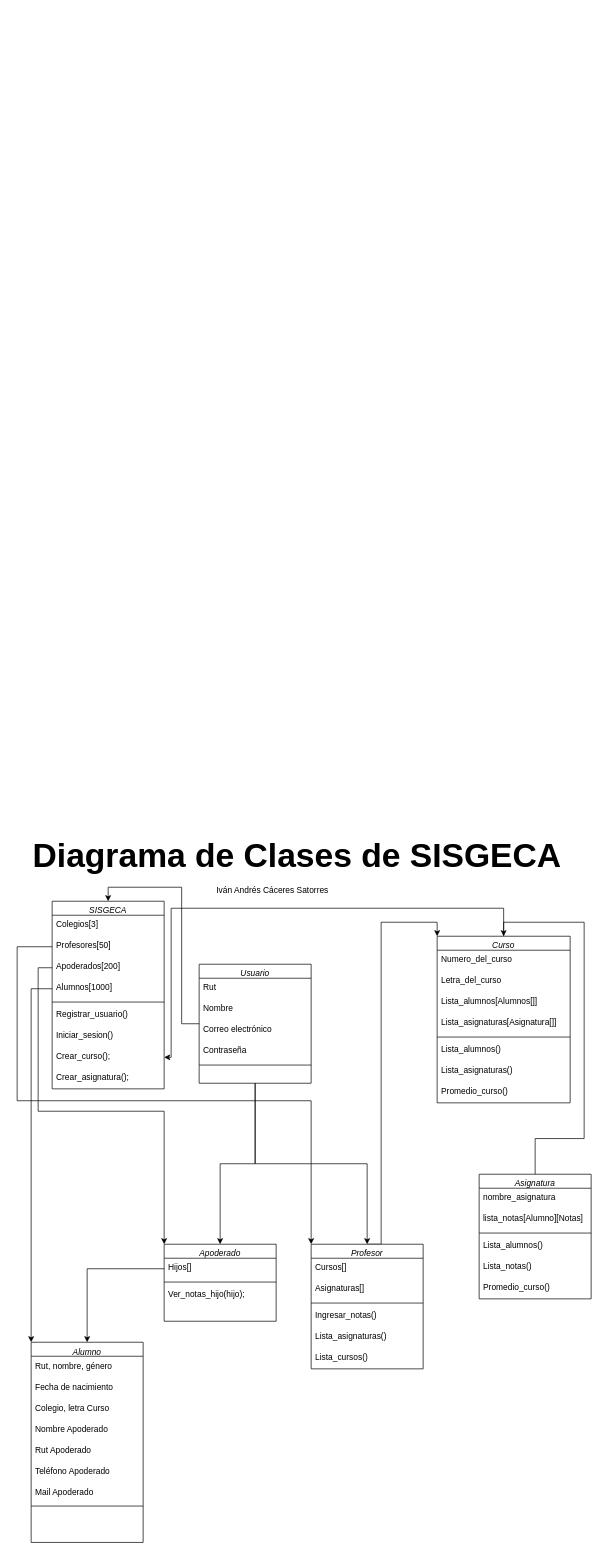
Above: Diagrama sin título.drawio in IvanCaceresS/DiagramasDeClases (draw.io), before the change. Source tidied: cells renumbered, new cells numbered last; positions are measured from the earlier drawing's top-left corner, leaving out a move shared by most shapes. Both pictures are drawn from the tidied source at 70%, with x=0, y=0 at pixel (17, 831).
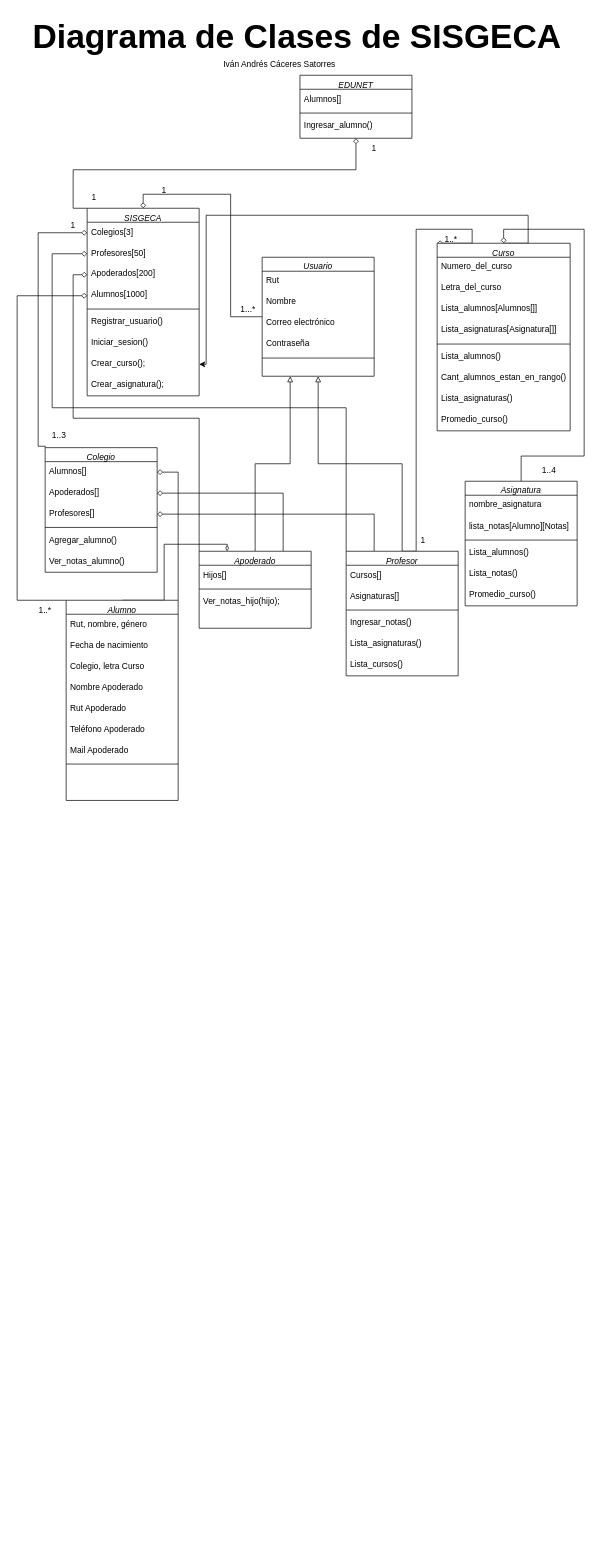
After the change.

Unchanged cells that the change refers to:
```xml
<mxCell id="23" value="Hijos[]" style="text;align=left;verticalAlign=top;spacingLeft=4;spacingRight=4;overflow=hidden;points=[[0,0.5],[1,0.5]];portConstraint=eastwest;" parent="22" vertex="1">
  <mxGeometry y="20" width="160" height="30" as="geometry" />
</mxCell>
<mxCell id="36" value="Colegios[3]" style="text;align=left;verticalAlign=top;spacingLeft=4;spacingRight=4;overflow=hidden;points=[[0,0.5],[1,0.5]];portConstraint=eastwest;" parent="35" vertex="1">
  <mxGeometry y="20" width="160" height="30" as="geometry" />
</mxCell>
<mxCell id="37" value="Profesores[50]" style="text;align=left;verticalAlign=top;spacingLeft=4;spacingRight=4;overflow=hidden;points=[[0,0.5],[1,0.5]];portConstraint=eastwest;" parent="35" vertex="1">
  <mxGeometry y="50" width="160" height="30" as="geometry" />
</mxCell>
<mxCell id="38" value="Apoderados[200]" style="text;align=left;verticalAlign=top;spacingLeft=4;spacingRight=4;overflow=hidden;points=[[0,0.5],[1,0.5]];portConstraint=eastwest;" parent="35" vertex="1">
  <mxGeometry y="80" width="160" height="30" as="geometry" />
</mxCell>
<mxCell id="39" value="Alumnos[1000]" style="text;align=left;verticalAlign=top;spacingLeft=4;spacingRight=4;overflow=hidden;points=[[0,0.5],[1,0.5]];portConstraint=eastwest;" parent="35" vertex="1">
  <mxGeometry y="110" width="160" height="30" as="geometry" />
</mxCell>
<mxCell id="43" value="Crear_curso();" style="text;align=left;verticalAlign=top;spacingLeft=4;spacingRight=4;overflow=hidden;points=[[0,0.5],[1,0.5]];portConstraint=eastwest;" parent="35" vertex="1">
  <mxGeometry y="208" width="160" height="30" as="geometry" />
</mxCell>
```

The edit, as a diff of the source:
```diff
@@
+    <mxCell id="66" style="edgeStyle=orthogonalEdgeStyle;rounded=0;jettySize=auto;html=1;exitX=0.5;exitY=0;exitDx=0;exitDy=0;entryX=0.25;entryY=0;entryDx=0;entryDy=0;endArrow=diamondThin;endFill=0;" parent="1" edge="1" source="2" target="22">
+      <mxGeometry relative="1" as="geometry">
+        <Array as="points">
+          <mxPoint x="210" y="-330" />
+          <mxPoint x="210" y="-410" />
+          <mxPoint x="300" y="-410" />
+        </Array>
+      </mxGeometry>
+    </mxCell>
+    <mxCell id="67" style="edgeStyle=orthogonalEdgeStyle;rounded=0;jettySize=auto;html=1;exitX=0;exitY=0;exitDx=0;exitDy=0;entryX=0;entryY=0.5;entryDx=0;entryDy=0;endArrow=diamond;endFill=0;" parent="1" edge="1" source="2" target="39">
+      <mxGeometry relative="1" as="geometry">
+        <Array as="points">
+          <mxPoint y="-330" />
+          <mxPoint y="-765" />
+        </Array>
+      </mxGeometry>
+    </mxCell>
+    <mxCell id="68" style="edgeStyle=orthogonalEdgeStyle;rounded=0;jettySize=auto;html=1;exitX=1;exitY=0;exitDx=0;exitDy=0;entryX=1;entryY=0.5;entryDx=0;entryDy=0;endArrow=diamond;endFill=0;" parent="1" edge="1" source="2" target="79">
+      <mxGeometry relative="1" as="geometry" />
+    </mxCell>
     <mxCell id="2" value="Alumno" style="swimlane;fontStyle=2;align=center;verticalAlign=top;horizontal=1;startSize=20;rounded=0;shadow=0;strokeWidth=1;" parent="1" vertex="1">
-      <mxGeometry x="20" y="730" width="160" height="286" as="geometry" />
+      <mxGeometry x="70" y="-330" width="160" height="286" as="geometry" />
     </mxCell>
@@
     <mxCell id="11" value="&lt;font style=&quot;font-size: 48px;&quot;&gt;&lt;b style=&quot;&quot;&gt;Diagrama de Clases de SISGECA&lt;/b&gt;&lt;/font&gt;" style="text;strokeColor=none;align=center;fillColor=none;html=1;verticalAlign=middle;whiteSpace=wrap;rounded=0;" parent="1" vertex="1">
-      <mxGeometry width="800" height="70" as="geometry" />
+      <mxGeometry y="-1170" width="800" height="70" as="geometry" />
     </mxCell>
     <mxCell id="12" value="Iván Andrés Cáceres Satorres" style="text;strokeColor=none;align=center;fillColor=none;html=1;verticalAlign=middle;whiteSpace=wrap;rounded=0;" parent="1" vertex="1">
-      <mxGeometry x="80" y="70" width="570" height="30" as="geometry" />
+      <mxGeometry x="90" y="-1110" width="570" height="30" as="geometry" />
     </mxCell>
-    <mxCell id="13" style="edgeStyle=orthogonalEdgeStyle;rounded=0;jettySize=auto;html=1;exitX=0.5;exitY=1;exitDx=0;exitDy=0;entryX=0.5;entryY=0;entryDx=0;entryDy=0;" parent="1" edge="1" source="16" target="22">
-      <mxGeometry relative="1" as="geometry" />
-    </mxCell>
-    <mxCell id="14" style="edgeStyle=orthogonalEdgeStyle;rounded=0;jettySize=auto;html=1;exitX=0.5;exitY=1;exitDx=0;exitDy=0;entryX=0.5;entryY=0;entryDx=0;entryDy=0;" parent="1" edge="1" source="16" target="27">
-      <mxGeometry relative="1" as="geometry" />
-    </mxCell>
-    <mxCell id="15" style="edgeStyle=orthogonalEdgeStyle;rounded=0;jettySize=auto;html=1;entryX=0.5;entryY=0;entryDx=0;entryDy=0;" parent="1" edge="1" source="16" target="35">
+    <mxCell id="15" style="edgeStyle=orthogonalEdgeStyle;rounded=0;jettySize=auto;html=1;entryX=0.5;entryY=0;entryDx=0;entryDy=0;endArrow=diamond;endFill=0;" parent="1" edge="1" source="16" target="35">
       <mxGeometry relative="1" as="geometry" />
     </mxCell>
     <mxCell id="16" value="Usuario" style="swimlane;fontStyle=2;align=center;verticalAlign=top;horizontal=1;startSize=20;rounded=0;shadow=0;strokeWidth=1;" parent="1" vertex="1">
-      <mxGeometry x="260" y="190" width="160" height="170" as="geometry" />
+      <mxGeometry x="350" y="-820" width="160" height="170" as="geometry" />
     </mxCell>
@@
+    <mxCell id="69" style="edgeStyle=orthogonalEdgeStyle;rounded=0;jettySize=auto;html=1;exitX=0.5;exitY=0;exitDx=0;exitDy=0;entryX=0.25;entryY=1;entryDx=0;entryDy=0;endArrow=block;endFill=0;" parent="1" edge="1" source="22" target="16">
+      <mxGeometry relative="1" as="geometry" />
+    </mxCell>
+    <mxCell id="70" style="edgeStyle=orthogonalEdgeStyle;rounded=0;jettySize=auto;html=1;exitX=0;exitY=0;exitDx=0;exitDy=0;entryX=0;entryY=0.5;entryDx=0;entryDy=0;endArrow=diamond;endFill=0;" parent="1" edge="1" source="22" target="38">
+      <mxGeometry relative="1" as="geometry" />
+    </mxCell>
+    <mxCell id="71" style="edgeStyle=orthogonalEdgeStyle;rounded=0;jettySize=auto;html=1;exitX=0.75;exitY=0;exitDx=0;exitDy=0;entryX=1;entryY=0.5;entryDx=0;entryDy=0;endArrow=diamond;endFill=0;" parent="1" edge="1" source="22" target="80">
+      <mxGeometry relative="1" as="geometry" />
+    </mxCell>
     <mxCell id="22" value="Apoderado" style="swimlane;fontStyle=2;align=center;verticalAlign=top;horizontal=1;startSize=20;rounded=0;shadow=0;strokeWidth=1;" parent="1" vertex="1">
-      <mxGeometry x="210" y="590" width="160" height="110" as="geometry" />
+      <mxGeometry x="260" y="-400" width="160" height="110" as="geometry" />
     </mxCell>
@@
-    <mxCell id="26" style="edgeStyle=orthogonalEdgeStyle;rounded=0;jettySize=auto;html=1;exitX=0.5;exitY=0;exitDx=0;exitDy=0;entryX=0;entryY=0;entryDx=0;entryDy=0;" parent="1" edge="1" source="27" target="46">
+    <mxCell id="26" style="edgeStyle=orthogonalEdgeStyle;rounded=0;jettySize=auto;html=1;exitX=0.5;exitY=0;exitDx=0;exitDy=0;entryX=0;entryY=0;entryDx=0;entryDy=0;endArrow=diamond;endFill=0;" parent="1" edge="1" source="27" target="46">
       <mxGeometry relative="1" as="geometry">
         <Array as="points">
-          <mxPoint x="520" y="590" />
-          <mxPoint x="520" y="130" />
-          <mxPoint x="600" y="130" />
+          <mxPoint x="570" y="-400" />
+          <mxPoint x="570" y="-860" />
+          <mxPoint x="650" y="-860" />
         </Array>
       </mxGeometry>
     </mxCell>
+    <mxCell id="72" style="edgeStyle=orthogonalEdgeStyle;rounded=0;jettySize=auto;html=1;exitX=0.5;exitY=0;exitDx=0;exitDy=0;entryX=0.5;entryY=1;entryDx=0;entryDy=0;endArrow=block;endFill=0;" parent="1" edge="1" source="27" target="16">
+      <mxGeometry relative="1" as="geometry" />
+    </mxCell>
+    <mxCell id="73" style="edgeStyle=orthogonalEdgeStyle;rounded=0;jettySize=auto;html=1;exitX=0;exitY=0;exitDx=0;exitDy=0;entryX=0;entryY=0.5;entryDx=0;entryDy=0;endArrow=diamond;endFill=0;" parent="1" edge="1" source="27" target="37">
+      <mxGeometry relative="1" as="geometry">
+        <Array as="points">
+          <mxPoint x="470" y="-605" />
+          <mxPoint x="50" y="-605" />
+          <mxPoint x="50" y="-825" />
+        </Array>
+      </mxGeometry>
+    </mxCell>
+    <mxCell id="74" style="edgeStyle=orthogonalEdgeStyle;rounded=0;jettySize=auto;html=1;exitX=0.25;exitY=0;exitDx=0;exitDy=0;entryX=1;entryY=0.5;entryDx=0;entryDy=0;endArrow=diamond;endFill=0;" parent="1" edge="1" source="27" target="81">
+      <mxGeometry relative="1" as="geometry" />
+    </mxCell>
     <mxCell id="27" value="Profesor" style="swimlane;fontStyle=2;align=center;verticalAlign=top;horizontal=1;startSize=20;rounded=0;shadow=0;strokeWidth=1;" parent="1" vertex="1">
-      <mxGeometry x="420" y="590" width="160" height="178" as="geometry" />
+      <mxGeometry x="470" y="-400" width="160" height="178" as="geometry" />
     </mxCell>
@@
-    <mxCell id="34" style="edgeStyle=orthogonalEdgeStyle;rounded=0;jettySize=auto;html=1;exitX=0;exitY=0.5;exitDx=0;exitDy=0;entryX=0.5;entryY=0;entryDx=0;entryDy=0;" parent="1" edge="1" source="23" target="2">
-      <mxGeometry relative="1" as="geometry" />
-    </mxCell>
+    <mxCell id="75" style="edgeStyle=orthogonalEdgeStyle;rounded=0;jettySize=auto;html=1;exitX=0;exitY=0;exitDx=0;exitDy=0;entryX=0.5;entryY=1;entryDx=0;entryDy=0;endArrow=diamond;endFill=0;" parent="1" edge="1" source="35" target="85">
+      <mxGeometry relative="1" as="geometry">
+        <Array as="points">
+          <mxPoint x="80" y="-890" />
+          <mxPoint x="80" y="-945" />
+          <mxPoint x="484" y="-945" />
+        </Array>
+      </mxGeometry>
+    </mxCell>
     <mxCell id="35" value="SISGECA" style="swimlane;fontStyle=2;align=center;verticalAlign=top;horizontal=1;startSize=20;rounded=0;shadow=0;strokeWidth=1;" parent="1" vertex="1">
-      <mxGeometry x="50" y="100" width="160" height="268" as="geometry" />
+      <mxGeometry x="100" y="-890" width="160" height="268" as="geometry" />
     </mxCell>
@@
     <mxCell id="45" style="edgeStyle=orthogonalEdgeStyle;rounded=0;jettySize=auto;html=1;exitX=0.5;exitY=0;exitDx=0;exitDy=0;entryX=1;entryY=0.5;entryDx=0;entryDy=0;" parent="1" edge="1" source="46" target="43">
       <mxGeometry relative="1" as="geometry">
         <Array as="points">
-          <mxPoint x="695" y="110" />
-          <mxPoint x="220" y="110" />
+          <mxPoint x="730" y="-840" />
+          <mxPoint x="730" y="-880" />
+          <mxPoint x="270" y="-880" />
+          <mxPoint x="270" y="-667" />
         </Array>
       </mxGeometry>
     </mxCell>
     <mxCell id="46" value="Curso" style="swimlane;fontStyle=2;align=center;verticalAlign=top;horizontal=1;startSize=20;rounded=0;shadow=0;strokeWidth=1;" parent="1" vertex="1">
-      <mxGeometry x="600" y="150" width="190" height="238" as="geometry" />
+      <mxGeometry x="600" y="-840" width="190" height="268" as="geometry" />
     </mxCell>
@@
+    <mxCell id="76" value="Cant_alumnos_estan_en_rango()" style="text;align=left;verticalAlign=top;spacingLeft=4;spacingRight=4;overflow=hidden;" parent="46" vertex="1">
+      <mxGeometry y="178" width="190" height="30" as="geometry" />
+    </mxCell>
     <mxCell id="53" value="Lista_asignaturas()" style="text;align=left;verticalAlign=top;spacingLeft=4;spacingRight=4;overflow=hidden;" parent="46" vertex="1">
-      <mxGeometry y="178" width="190" height="30" as="geometry" />
+      <mxGeometry y="208" width="190" height="30" as="geometry" />
     </mxCell>
     <mxCell id="54" value="Promedio_curso()" style="text;align=left;verticalAlign=top;spacingLeft=4;spacingRight=4;overflow=hidden;" parent="46" vertex="1">
-      <mxGeometry y="208" width="190" height="30" as="geometry" />
+      <mxGeometry y="238" width="190" height="30" as="geometry" />
     </mxCell>
-    <mxCell id="55" style="edgeStyle=orthogonalEdgeStyle;rounded=0;jettySize=auto;html=1;entryX=0.5;entryY=0;entryDx=0;entryDy=0;" parent="1" edge="1" source="56" target="46">
+    <mxCell id="55" style="edgeStyle=orthogonalEdgeStyle;rounded=0;jettySize=auto;html=1;entryX=0.5;entryY=0;entryDx=0;entryDy=0;endArrow=diamond;endFill=0;" parent="1" edge="1" source="56" target="46">
       <mxGeometry relative="1" as="geometry" />
     </mxCell>
     <mxCell id="56" value="Asignatura" style="swimlane;fontStyle=2;align=center;verticalAlign=top;horizontal=1;startSize=20;rounded=0;shadow=0;strokeWidth=1;" parent="1" vertex="1">
-      <mxGeometry x="660" y="490" width="160" height="178" as="geometry" />
+      <mxGeometry x="640" y="-500" width="160" height="178" as="geometry" />
     </mxCell>
@@
-    <mxCell id="63" style="edgeStyle=orthogonalEdgeStyle;rounded=0;jettySize=auto;html=1;entryX=0;entryY=0;entryDx=0;entryDy=0;" parent="1" edge="1" source="39" target="2">
-      <mxGeometry relative="1" as="geometry" />
-    </mxCell>
-    <mxCell id="64" style="edgeStyle=orthogonalEdgeStyle;rounded=0;jettySize=auto;html=1;exitX=0;exitY=0.5;exitDx=0;exitDy=0;entryX=0;entryY=0;entryDx=0;entryDy=0;" parent="1" edge="1" source="38" target="22">
-      <mxGeometry relative="1" as="geometry" />
-    </mxCell>
-    <mxCell id="65" style="edgeStyle=orthogonalEdgeStyle;rounded=0;jettySize=auto;html=1;exitX=0;exitY=0.5;exitDx=0;exitDy=0;entryX=0;entryY=0;entryDx=0;entryDy=0;" parent="1" edge="1" source="37" target="27">
-      <mxGeometry relative="1" as="geometry">
-        <Array as="points">
-          <mxPoint y="165" />
-          <mxPoint y="385" />
-          <mxPoint x="420" y="385" />
-        </Array>
-      </mxGeometry>
-    </mxCell>
+    <mxCell id="77" style="edgeStyle=orthogonalEdgeStyle;rounded=0;jettySize=auto;html=1;exitX=0;exitY=0;exitDx=0;exitDy=0;entryX=0;entryY=0.5;entryDx=0;entryDy=0;endArrow=diamond;endFill=0;" parent="1" edge="1" source="78" target="36">
+      <mxGeometry relative="1" as="geometry">
+        <Array as="points">
+          <mxPoint x="40" y="-550" />
+          <mxPoint x="30" y="-550" />
+          <mxPoint x="30" y="-855" />
+        </Array>
+      </mxGeometry>
+    </mxCell>
+    <mxCell id="78" value="Colegio" style="swimlane;fontStyle=2;align=center;verticalAlign=top;horizontal=1;startSize=20;rounded=0;shadow=0;strokeWidth=1;" parent="1" vertex="1">
+      <mxGeometry x="40" y="-548" width="160" height="178" as="geometry" />
+    </mxCell>
+    <mxCell id="79" value="Alumnos[]" style="text;align=left;verticalAlign=top;spacingLeft=4;spacingRight=4;overflow=hidden;points=[[0,0.5],[1,0.5]];portConstraint=eastwest;" parent="78" vertex="1">
+      <mxGeometry y="20" width="160" height="30" as="geometry" />
+    </mxCell>
+    <mxCell id="80" value="Apoderados[]" style="text;align=left;verticalAlign=top;spacingLeft=4;spacingRight=4;overflow=hidden;points=[[0,0.5],[1,0.5]];portConstraint=eastwest;" parent="78" vertex="1">
+      <mxGeometry y="50" width="160" height="30" as="geometry" />
+    </mxCell>
+    <mxCell id="81" value="Profesores[]" style="text;align=left;verticalAlign=top;spacingLeft=4;spacingRight=4;overflow=hidden;points=[[0,0.5],[1,0.5]];portConstraint=eastwest;" parent="78" vertex="1">
+      <mxGeometry y="80" width="160" height="30" as="geometry" />
+    </mxCell>
+    <mxCell id="82" style="line;html=1;strokeWidth=1;align=left;verticalAlign=middle;spacingTop=-1;spacingLeft=3;spacingRight=3;labelPosition=right;" parent="78" vertex="1">
+      <mxGeometry y="110" width="160" height="8" as="geometry" />
+    </mxCell>
+    <mxCell id="83" value="Agregar_alumno()&#10;" style="text;align=left;verticalAlign=top;spacingLeft=4;spacingRight=4;overflow=hidden;" parent="78" vertex="1">
+      <mxGeometry y="118" width="160" height="30" as="geometry" />
+    </mxCell>
+    <mxCell id="84" value="Ver_notas_alumno()" style="text;align=left;verticalAlign=top;spacingLeft=4;spacingRight=4;overflow=hidden;" parent="78" vertex="1">
+      <mxGeometry y="148" width="160" height="30" as="geometry" />
+    </mxCell>
+    <mxCell id="85" value="EDUNET" style="swimlane;fontStyle=2;align=center;verticalAlign=top;horizontal=1;startSize=20;rounded=0;shadow=0;strokeWidth=1;" parent="1" vertex="1">
+      <mxGeometry x="404" y="-1080" width="160" height="90" as="geometry" />
+    </mxCell>
+    <mxCell id="86" value="Alumnos[]" style="text;align=left;verticalAlign=top;spacingLeft=4;spacingRight=4;overflow=hidden;" parent="85" vertex="1">
+      <mxGeometry y="20" width="160" height="30" as="geometry" />
+    </mxCell>
+    <mxCell id="87" style="line;html=1;strokeWidth=1;align=left;verticalAlign=middle;spacingTop=-1;spacingLeft=3;spacingRight=3;labelPosition=right;" parent="85" vertex="1">
+      <mxGeometry y="50" width="160" height="8" as="geometry" />
+    </mxCell>
+    <mxCell id="88" value="Ingresar_alumno()" style="text;align=left;verticalAlign=top;spacingLeft=4;spacingRight=4;overflow=hidden;" parent="85" vertex="1">
+      <mxGeometry y="58" width="160" height="30" as="geometry" />
+    </mxCell>
+    <mxCell id="89" value="1" style="text;strokeColor=none;align=center;fillColor=none;html=1;verticalAlign=middle;whiteSpace=wrap;rounded=0;" parent="1" vertex="1">
+      <mxGeometry x="480" y="-990" width="60" height="30" as="geometry" />
+    </mxCell>
+    <mxCell id="90" value="1" style="text;strokeColor=none;align=center;fillColor=none;html=1;verticalAlign=middle;whiteSpace=wrap;rounded=0;" parent="1" vertex="1">
+      <mxGeometry x="80" y="-920" width="60" height="30" as="geometry" />
+    </mxCell>
+    <mxCell id="91" value="1" style="text;strokeColor=none;align=center;fillColor=none;html=1;verticalAlign=middle;whiteSpace=wrap;rounded=0;" parent="1" vertex="1">
+      <mxGeometry x="180" y="-930" width="60" height="30" as="geometry" />
+    </mxCell>
+    <mxCell id="92" value="1...*" style="text;strokeColor=none;align=center;fillColor=none;html=1;verticalAlign=middle;whiteSpace=wrap;rounded=0;" parent="1" vertex="1">
+      <mxGeometry x="300" y="-760" width="60" height="30" as="geometry" />
+    </mxCell>
+    <mxCell id="93" value="1..*" style="text;strokeColor=none;align=center;fillColor=none;html=1;verticalAlign=middle;whiteSpace=wrap;rounded=0;" parent="1" vertex="1">
+      <mxGeometry x="590" y="-860" width="60" height="30" as="geometry" />
+    </mxCell>
+    <mxCell id="94" value="1" style="text;strokeColor=none;align=center;fillColor=none;html=1;verticalAlign=middle;whiteSpace=wrap;rounded=0;" parent="1" vertex="1">
+      <mxGeometry x="550" y="-430" width="60" height="30" as="geometry" />
+    </mxCell>
+    <mxCell id="95" value="1..4" style="text;strokeColor=none;align=center;fillColor=none;html=1;verticalAlign=middle;whiteSpace=wrap;rounded=0;" parent="1" vertex="1">
+      <mxGeometry x="730" y="-530" width="60" height="30" as="geometry" />
+    </mxCell>
+    <mxCell id="96" value="1..*" style="text;strokeColor=none;align=center;fillColor=none;html=1;verticalAlign=middle;whiteSpace=wrap;rounded=0;" parent="1" vertex="1">
+      <mxGeometry x="10" y="-330" width="60" height="30" as="geometry" />
+    </mxCell>
+    <mxCell id="97" value="1..3" style="text;strokeColor=none;align=center;fillColor=none;html=1;verticalAlign=middle;whiteSpace=wrap;rounded=0;" parent="1" vertex="1">
+      <mxGeometry x="30" y="-580" width="60" height="30" as="geometry" />
+    </mxCell>
+    <mxCell id="98" value="1" style="text;strokeColor=none;align=center;fillColor=none;html=1;verticalAlign=middle;whiteSpace=wrap;rounded=0;" parent="1" vertex="1">
+      <mxGeometry x="50" y="-880" width="60" height="30" as="geometry" />
+    </mxCell>
```
